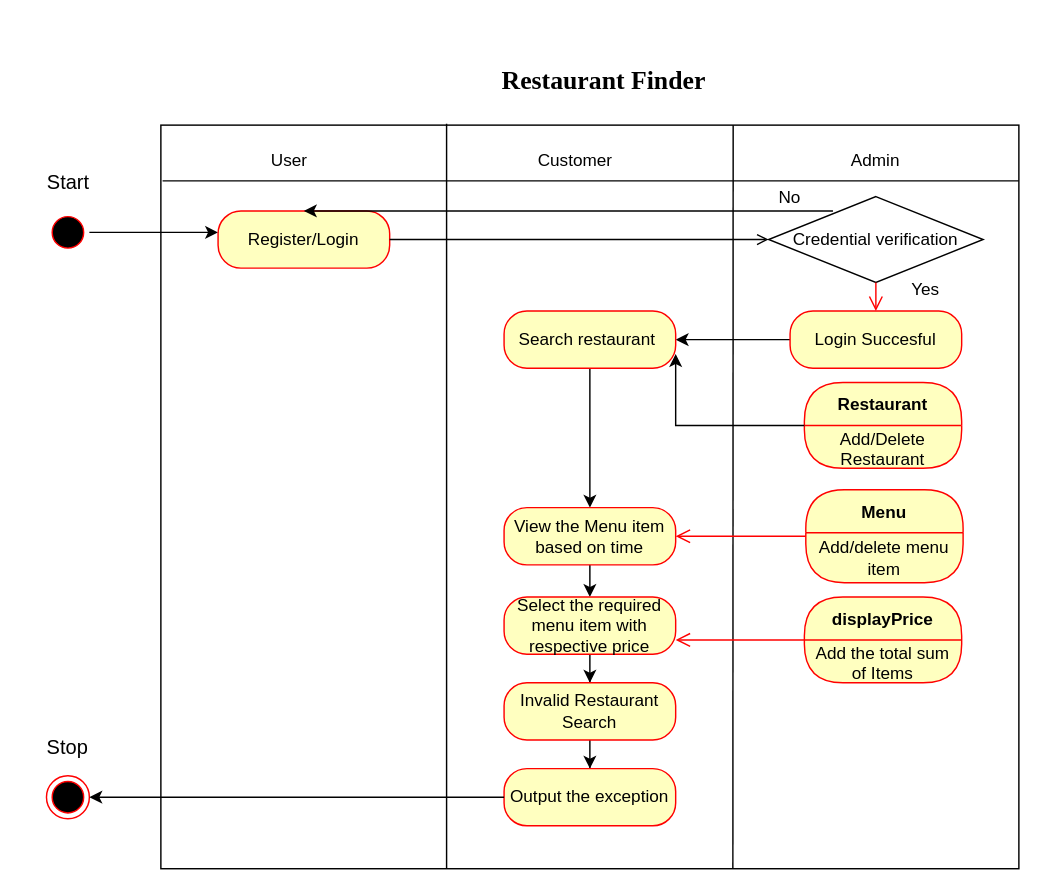
Above: Activity Diagram.drawio in Shivasherapura1988/Shivasherapura1988 (draw.io), before the change. Source tidied: cells renumbered, new cells numbered last; positions are measured from the earlier drawing's top-left corner, leaving out a move shared by most shapes. Both pictures are drawn from the tidied source at 143%, with x=0, y=0 at pixel (24, 53).
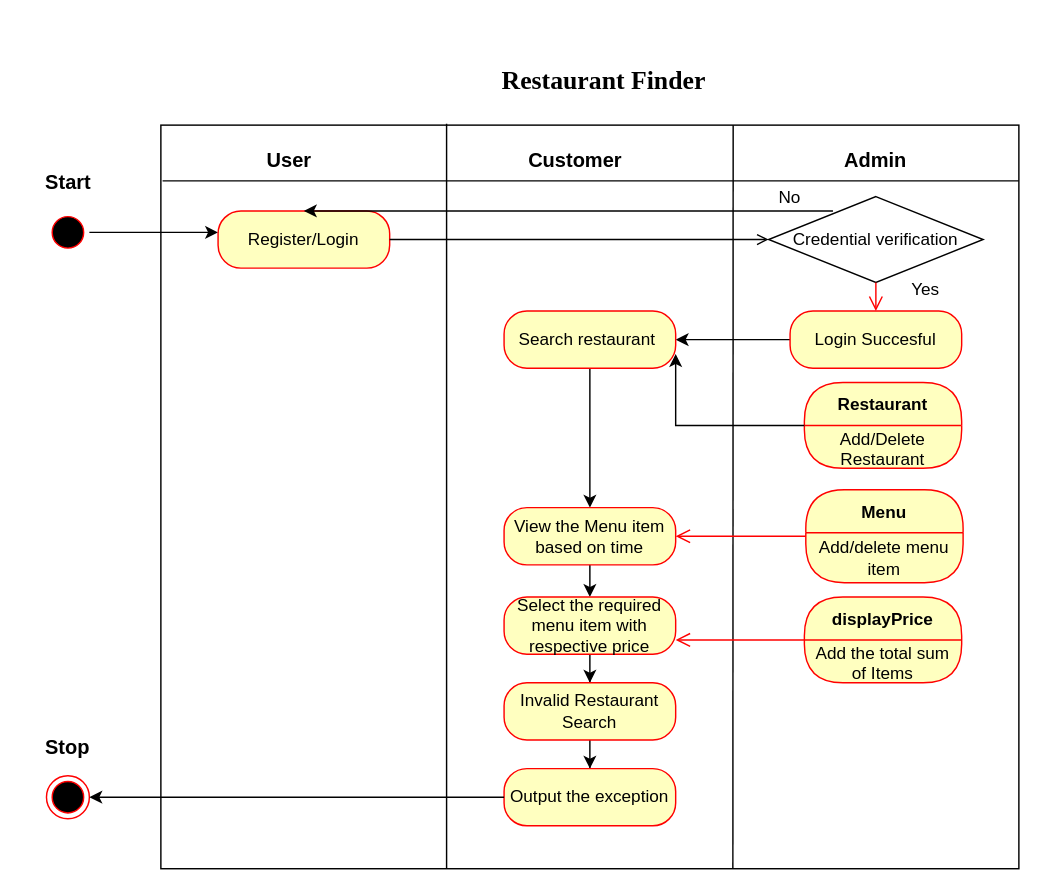
After the change.

Diff of the diagram source:
```diff
@@
-    <mxCell id="6" value="User" style="text;html=1;strokeColor=none;fillColor=none;align=center;verticalAlign=middle;whiteSpace=wrap;rounded=0;" parent="1" vertex="1">
+    <mxCell id="6" value="&lt;font style=&quot;font-size: 14px&quot;&gt;&lt;b&gt;User&lt;/b&gt;&lt;/font&gt;" style="text;html=1;strokeColor=none;fillColor=none;align=center;verticalAlign=middle;whiteSpace=wrap;rounded=0;" parent="1" vertex="1">
       <mxGeometry x="155" y="60" width="60" height="30" as="geometry" />
     </mxCell>
-    <mxCell id="7" value="Customer" style="text;html=1;strokeColor=none;fillColor=none;align=center;verticalAlign=middle;whiteSpace=wrap;rounded=0;" parent="1" vertex="1">
+    <mxCell id="7" value="&lt;b&gt;&lt;font style=&quot;font-size: 14px&quot;&gt;Customer&lt;/font&gt;&lt;/b&gt;" style="text;html=1;strokeColor=none;fillColor=none;align=center;verticalAlign=middle;whiteSpace=wrap;rounded=0;" parent="1" vertex="1">
       <mxGeometry x="355" y="60" width="60" height="30" as="geometry" />
     </mxCell>
-    <mxCell id="8" value="Admin" style="text;html=1;strokeColor=none;fillColor=none;align=center;verticalAlign=middle;whiteSpace=wrap;rounded=0;" parent="1" vertex="1">
+    <mxCell id="8" value="&lt;b&gt;&lt;font style=&quot;font-size: 14px&quot;&gt;Admin&lt;/font&gt;&lt;/b&gt;" style="text;html=1;strokeColor=none;fillColor=none;align=center;verticalAlign=middle;whiteSpace=wrap;rounded=0;" parent="1" vertex="1">
       <mxGeometry x="565" y="60" width="60" height="30" as="geometry" />
     </mxCell>
@@
-    <mxCell id="11" value="&lt;font style=&quot;font-size: 14px&quot;&gt;Start&lt;/font&gt;" style="text;html=1;align=center;verticalAlign=middle;strokeColor=none;fillColor=none;" parent="1" vertex="1">
+    <mxCell id="11" value="&lt;font style=&quot;font-size: 14px&quot;&gt;&lt;b&gt;Start&lt;/b&gt;&lt;/font&gt;" style="text;html=1;align=center;verticalAlign=middle;strokeColor=none;fillColor=none;" parent="1" vertex="1">
       <mxGeometry x="5" y="80" width="50" height="20" as="geometry" />
     </mxCell>
@@
-    <mxCell id="41" value="&lt;font style=&quot;font-size: 14px&quot;&gt;Stop&lt;/font&gt;" style="text;html=1;strokeColor=none;fillColor=none;align=center;verticalAlign=middle;whiteSpace=wrap;rounded=0;" parent="1" vertex="1">
+    <mxCell id="41" value="&lt;font style=&quot;font-size: 14px&quot;&gt;&lt;b&gt;Stop&lt;/b&gt;&lt;/font&gt;" style="text;html=1;strokeColor=none;fillColor=none;align=center;verticalAlign=middle;whiteSpace=wrap;rounded=0;" parent="1" vertex="1">
       <mxGeometry y="470" width="60" height="30" as="geometry" />
     </mxCell>
```
